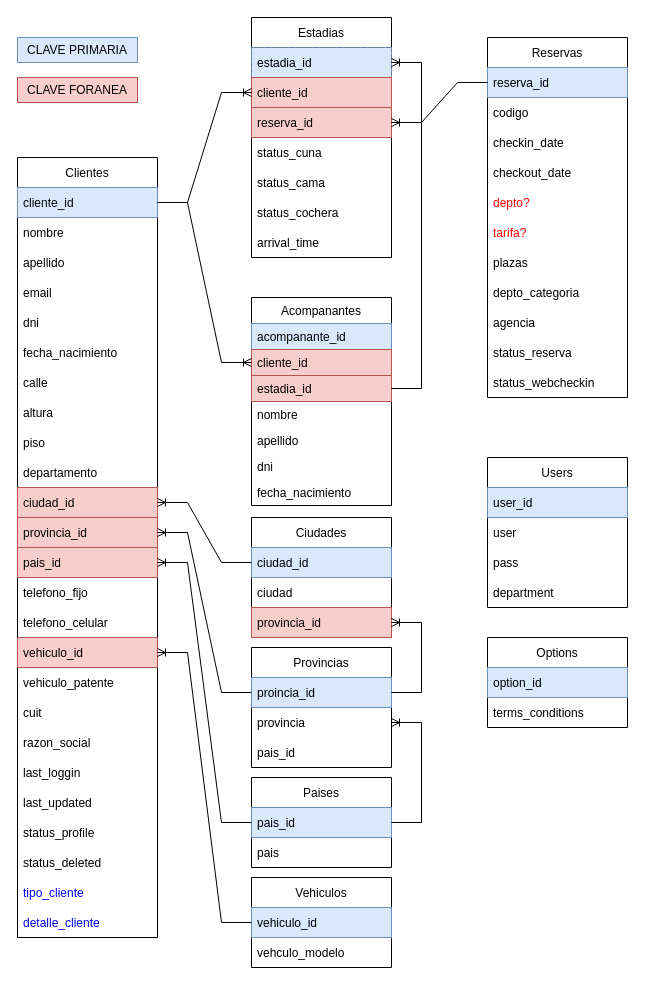
This is page "DB" (1 of 5) of web-checkin/hotel-web-checkin.drawio from danielo101/db-diagrams, a draw.io file, before an edit. Source tidied: cells renumbered, new cells numbered last; positions are measured from the earlier drawing's top-left corner, leaving out a move shared by most shapes. Both pictures are drawn from the tidied source at 100%, with x=0, y=0 at pixel (17, 17).
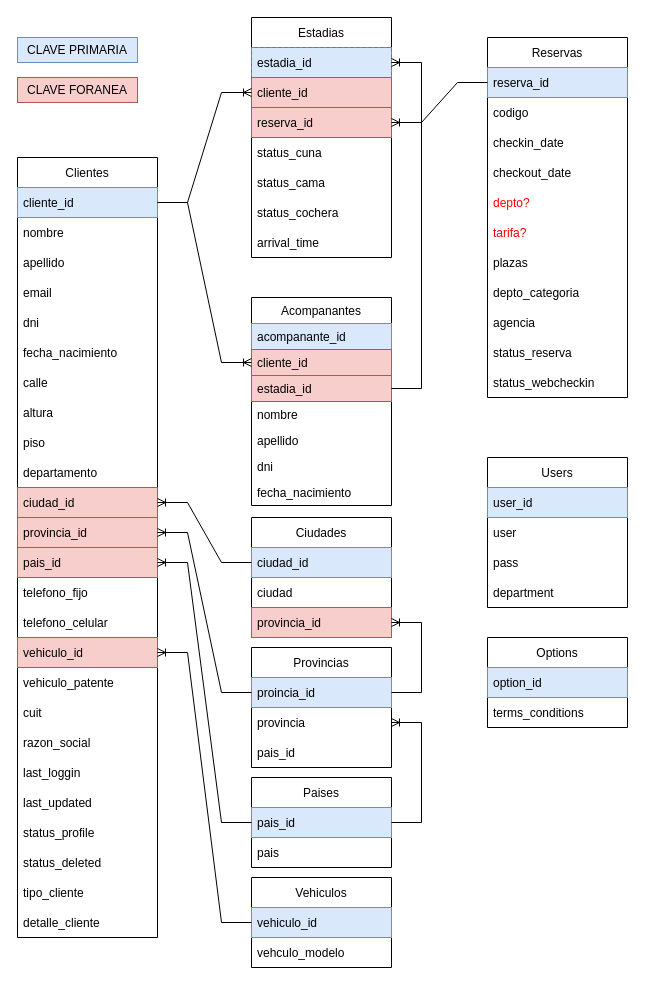
The same diagram, later.

Unchanged cells that the change refers to:
```xml
<mxCell id="19" value="Clientes" style="swimlane;fontStyle=0;horizontal=1;startSize=30;" parent="1" vertex="1">
  <mxGeometry y="140" width="140" height="780" as="geometry" />
</mxCell>
```

What changed in the source:
```diff
@@
-    <mxCell id="43" value="tipo_cliente" style="text;strokeColor=none;fillColor=none;align=left;verticalAlign=middle;spacingLeft=4;spacingRight=4;overflow=hidden;fontColor=#0000FF;" parent="19" vertex="1">
+    <mxCell id="43" value="tipo_cliente" style="text;strokeColor=none;fillColor=none;align=left;verticalAlign=middle;spacingLeft=4;spacingRight=4;overflow=hidden;fontColor=#000000;" parent="19" vertex="1">
       <mxGeometry y="720" width="140" height="30" as="geometry" />
     </mxCell>
-    <mxCell id="44" value="detalle_cliente" style="text;strokeColor=none;fillColor=none;align=left;verticalAlign=middle;spacingLeft=4;spacingRight=4;overflow=hidden;fontColor=#0000FF;" parent="19" vertex="1">
+    <mxCell id="44" value="detalle_cliente" style="text;strokeColor=none;fillColor=none;align=left;verticalAlign=middle;spacingLeft=4;spacingRight=4;overflow=hidden;fontColor=#000000;" parent="19" vertex="1">
       <mxGeometry y="750" width="140" height="30" as="geometry" />
     </mxCell>
```
